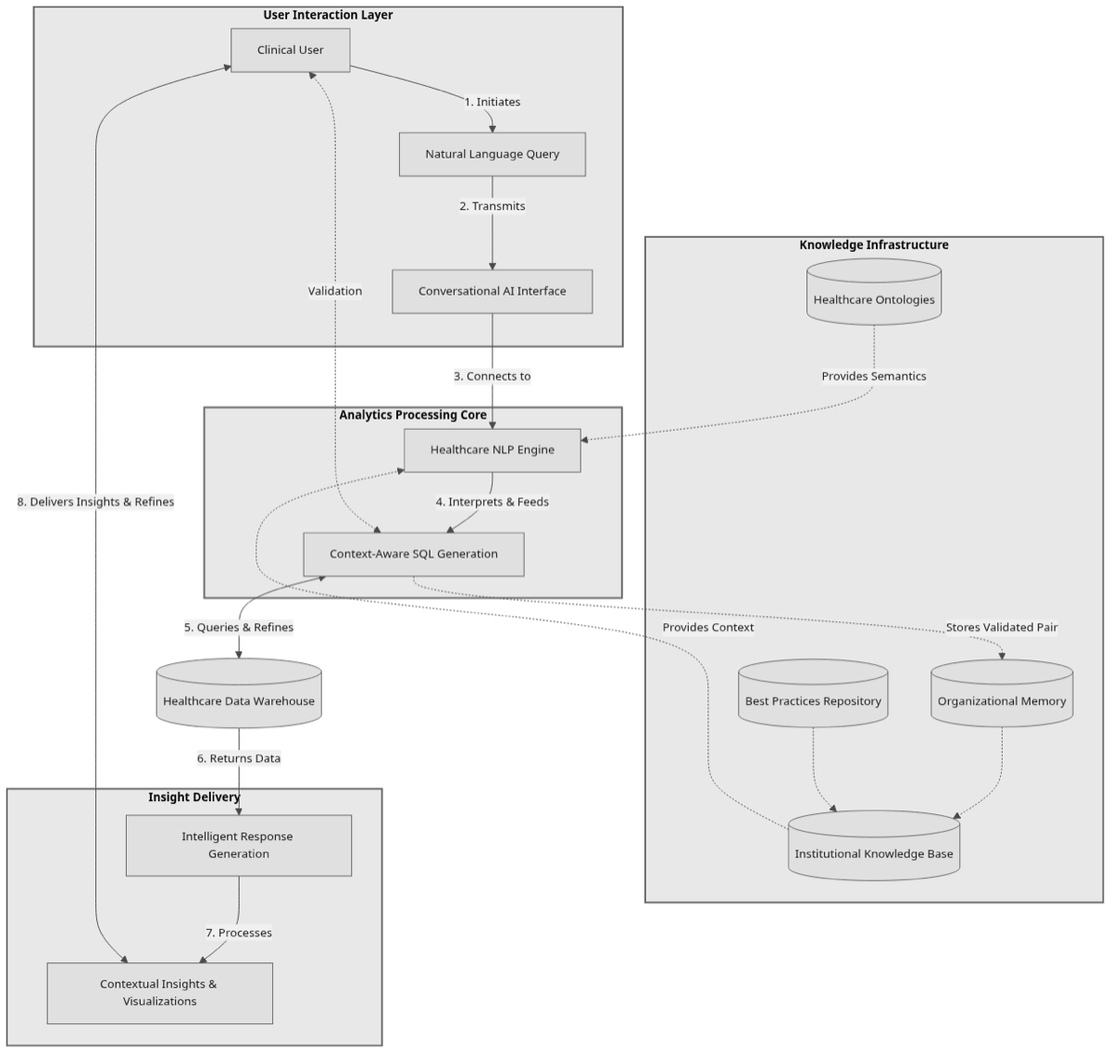
Above: figures/architecture.mmd.png in stharrold/yuimedi-paper-20250901 (Mermaid), before the change. Its source is kept beside it as figures/architecture.mmd.
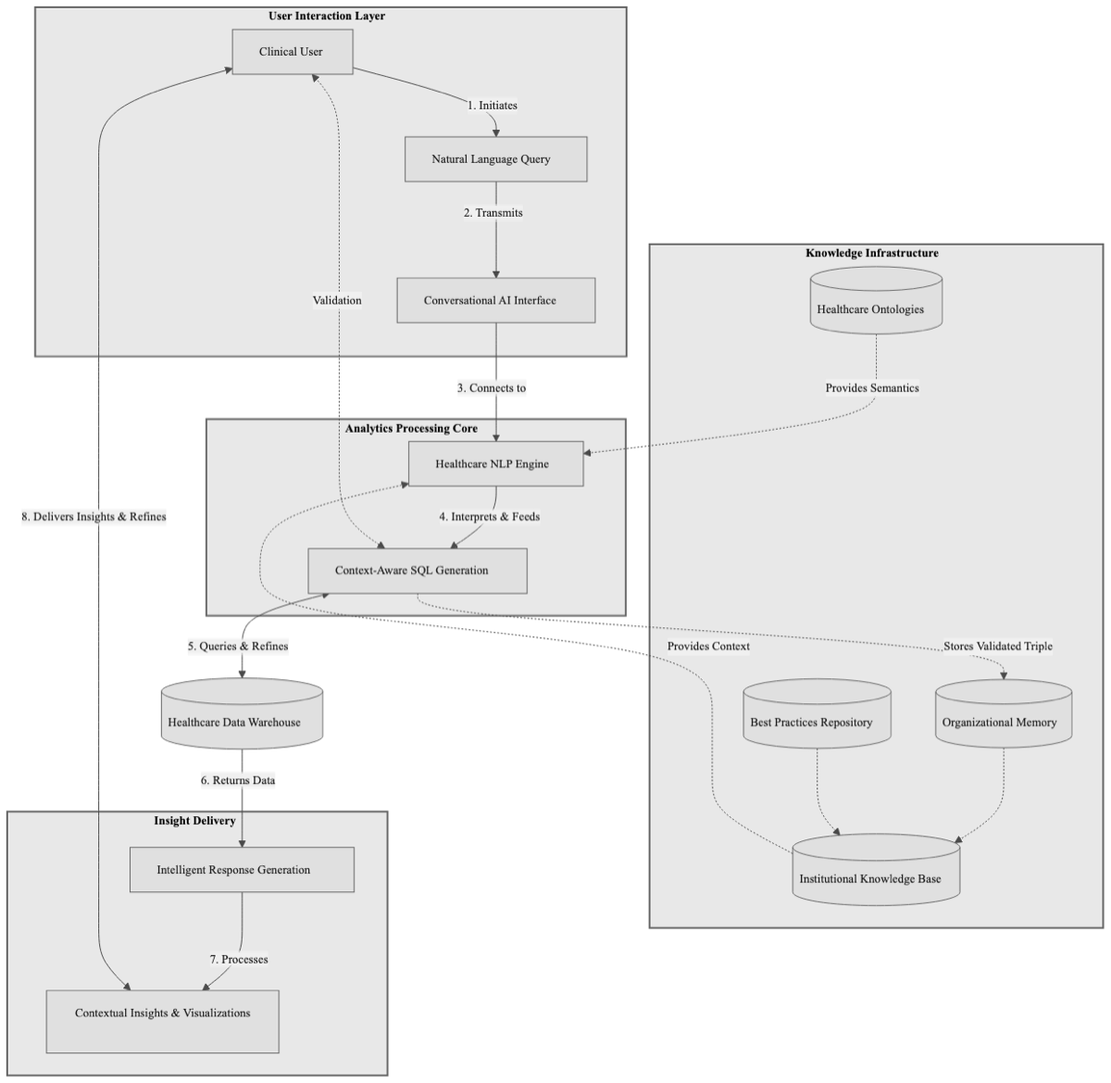
After the commit.

What changed in the source:
```diff
@@ -29,7 +29,7 @@
 
     I <.->|"Validation"| A
 
-    I -.->|"Stores Validated Pair"| D
+    I -.->|"Stores Validated Triple"| D
 
     G -.->|"Provides Context"| H
     F -.->|"Provides Semantics"| H
```
